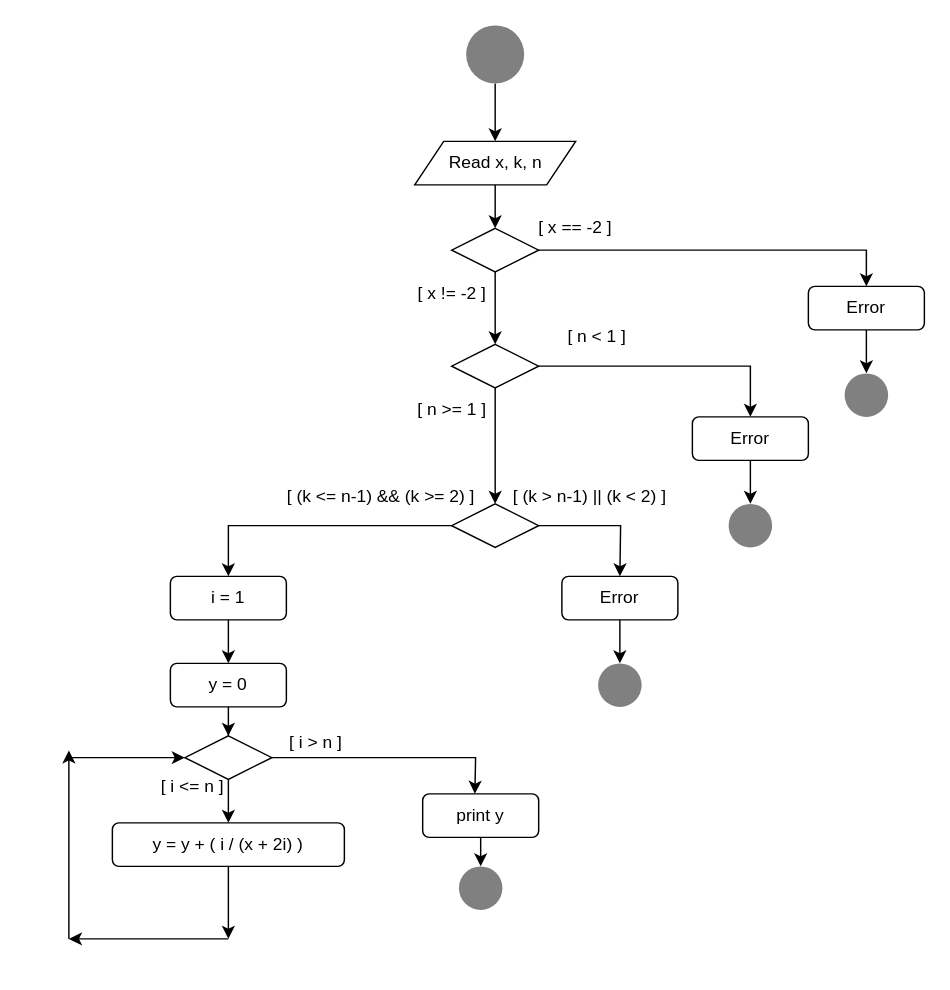
Before: ОП_Lab_1/ОП_Lab_1_2_diagram.drawio in Erw1n-git/drawio_flowcharts, a draw.io diagram. Source tidied: cells renumbered, new cells numbered last; positions are measured from the earlier drawing's top-left corner, leaving out a move shared by most shapes. Both pictures are drawn from the tidied source at 145%, with x=0, y=0 at pixel (68, 25).
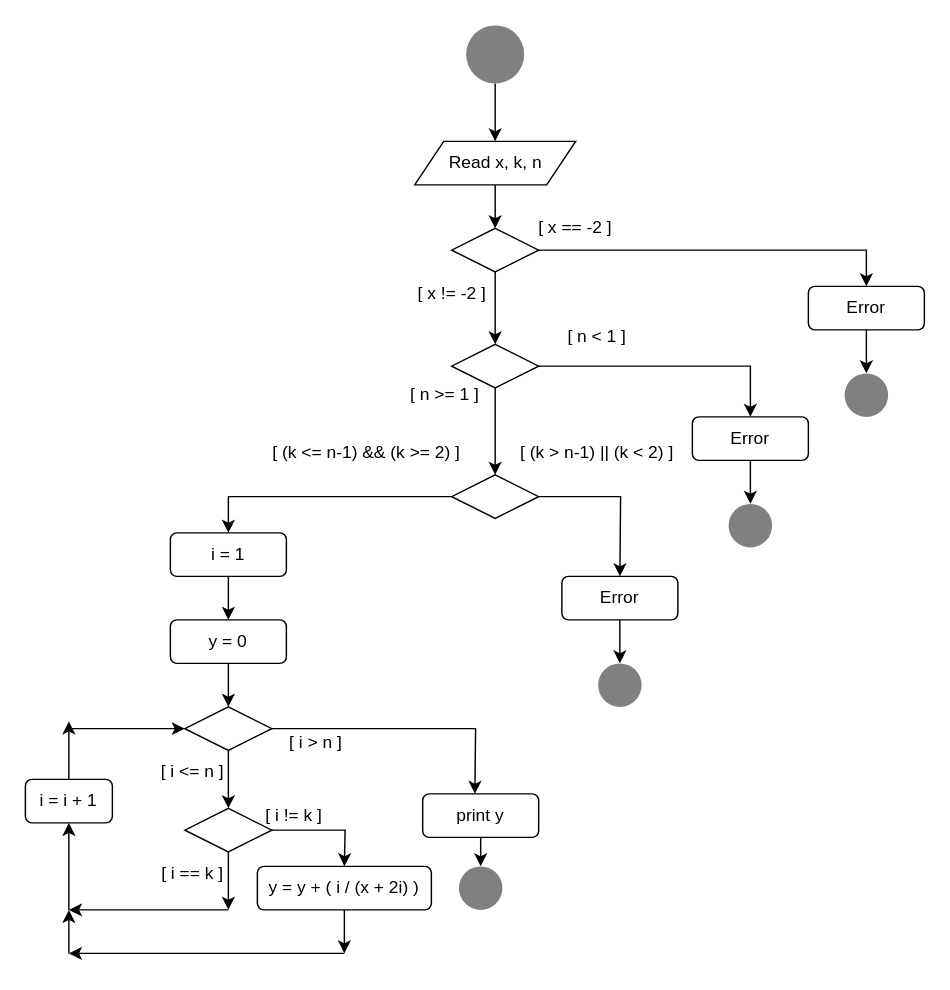
Above is the later version.

The edit, as a diff of the source:
```diff
@@
-    <mxCell id="21" style="edgeStyle=orthogonalEdgeStyle;rounded=0;jettySize=auto;html=1;" parent="1" edge="1" source="22">
-      <mxGeometry relative="1" as="geometry">
-        <mxPoint x="110" y="380" as="targetPoint" />
-        <Array as="points">
-          <mxPoint x="110" y="345" />
-          <mxPoint x="110" y="380" />
-        </Array>
-      </mxGeometry>
-    </mxCell>
+    <mxCell id="47" style="edgeStyle=orthogonalEdgeStyle;rounded=0;jettySize=auto;html=1;entryX=0.5;entryY=0;entryDx=0;entryDy=0;" parent="1" edge="1" source="22" target="33">
+      <mxGeometry relative="1" as="geometry" />
+    </mxCell>
     <mxCell id="22" style="rhombus;whiteSpace=wrap;html=1;fillColor=#FFFFFF;" parent="1" vertex="1">
-      <mxGeometry x="264" y="330" width="60" height="30" as="geometry" />
+      <mxGeometry x="264" y="310" width="60" height="30" as="geometry" />
     </mxCell>
     <mxCell id="23" value="[ n &amp;gt;= 1 ]" style="text;html=1;align=center;verticalAlign=middle;strokeColor=none;fillColor=none;" parent="1" vertex="1">
-      <mxGeometry x="229" y="250" width="70" height="30" as="geometry" />
+      <mxGeometry x="224" y="240" width="70" height="30" as="geometry" />
     </mxCell>
     <mxCell id="24" value="[ (k &amp;gt; n-1) || (k &amp;lt; 2) ]" style="text;html=1;align=center;verticalAlign=middle;strokeColor=none;fillColor=none;" parent="1" vertex="1">
-      <mxGeometry x="294" y="310" width="130" height="30" as="geometry" />
+      <mxGeometry x="299" y="280" width="130" height="30" as="geometry" />
     </mxCell>
@@
     <mxCell id="29" style="edgeStyle=orthogonalEdgeStyle;rounded=0;jettySize=auto;html=1;" parent="1" edge="1" source="30">
       <mxGeometry relative="1" as="geometry">
-        <mxPoint x="110" y="550" as="targetPoint" />
+        <mxPoint x="110" y="540" as="targetPoint" />
       </mxGeometry>
     </mxCell>
     <mxCell id="30" style="rhombus;whiteSpace=wrap;html=1;fillColor=#FFFFFF;" parent="1" vertex="1">
-      <mxGeometry x="80" y="490" width="60" height="30" as="geometry" />
+      <mxGeometry x="80" y="470" width="60" height="30" as="geometry" />
     </mxCell>
     <mxCell id="31" value="[ (k &amp;lt;= n-1) &amp;amp;&amp;amp; (k &amp;gt;= 2) ]" style="text;html=1;align=center;verticalAlign=middle;strokeColor=none;fillColor=none;" parent="1" vertex="1">
-      <mxGeometry x="140" y="310" width="150" height="30" as="geometry" />
+      <mxGeometry x="130" y="280" width="150" height="30" as="geometry" />
     </mxCell>
-    <mxCell id="32" style="edgeStyle=orthogonalEdgeStyle;rounded=0;jettySize=auto;html=1;" parent="1" edge="1" source="33">
-      <mxGeometry relative="1" as="geometry">
-        <mxPoint x="110" y="440" as="targetPoint" />
-      </mxGeometry>
-    </mxCell>
+    <mxCell id="48" style="edgeStyle=orthogonalEdgeStyle;rounded=0;jettySize=auto;html=1;entryX=0.5;entryY=0;entryDx=0;entryDy=0;" parent="1" edge="1" source="33" target="36">
+      <mxGeometry relative="1" as="geometry" />
+    </mxCell>
     <mxCell id="33" value="i = 1" style="rounded=1;whiteSpace=wrap;html=1;fillColor=#FFFFFF;" parent="1" vertex="1">
-      <mxGeometry x="70" y="380" width="80" height="30" as="geometry" />
+      <mxGeometry x="70" y="350" width="80" height="30" as="geometry" />
     </mxCell>
@@
-    <mxCell id="35" style="edgeStyle=orthogonalEdgeStyle;rounded=0;jettySize=auto;html=1;" parent="1" edge="1" source="36" target="30">
-      <mxGeometry relative="1" as="geometry" />
-    </mxCell>
+    <mxCell id="49" style="edgeStyle=orthogonalEdgeStyle;rounded=0;jettySize=auto;html=1;" parent="1" edge="1" source="36">
+      <mxGeometry relative="1" as="geometry">
+        <mxPoint x="110" y="470" as="targetPoint" />
+      </mxGeometry>
+    </mxCell>
     <mxCell id="36" value="y = 0" style="rounded=1;whiteSpace=wrap;html=1;fillColor=#FFFFFF;" parent="1" vertex="1">
-      <mxGeometry x="70" y="440" width="80" height="30" as="geometry" />
+      <mxGeometry x="70" y="410" width="80" height="30" as="geometry" />
     </mxCell>
@@
     <mxCell id="40" value="[ i &amp;lt;= n ]" style="text;html=1;align=center;verticalAlign=middle;strokeColor=none;fillColor=none;" parent="1" vertex="1">
-      <mxGeometry x="50" y="510" width="70" height="30" as="geometry" />
+      <mxGeometry x="50" y="500" width="70" height="30" as="geometry" />
     </mxCell>
-    <mxCell id="41" style="edgeStyle=orthogonalEdgeStyle;rounded=0;jettySize=auto;html=1;" parent="1" edge="1" source="42">
-      <mxGeometry relative="1" as="geometry">
-        <mxPoint x="110" y="630" as="targetPoint" />
-      </mxGeometry>
-    </mxCell>
+    <mxCell id="50" style="edgeStyle=orthogonalEdgeStyle;rounded=0;jettySize=auto;html=1;" parent="1" edge="1" source="42">
+      <mxGeometry relative="1" as="geometry">
+        <mxPoint x="190" y="640" as="targetPoint" />
+      </mxGeometry>
+    </mxCell>
     <mxCell id="42" value="y = y + ( i / (x + 2i) )" style="rounded=1;whiteSpace=wrap;html=1;fillColor=#FFFFFF;" parent="1" vertex="1">
-      <mxGeometry x="30" y="550" width="160" height="30" as="geometry" />
+      <mxGeometry x="130" y="580" width="120" height="30" as="geometry" />
     </mxCell>
-    <mxCell id="43" style="endArrow=classic;html=1;rounded=0;" parent="1" edge="1">
-      <mxGeometry relative="1" as="geometry">
-        <mxPoint x="110" y="630" as="sourcePoint" />
-        <mxPoint y="630" as="targetPoint" />
-      </mxGeometry>
-    </mxCell>
-    <mxCell id="44" style="endArrow=classic;html=1;rounded=0;" parent="1" edge="1">
-      <mxGeometry relative="1" as="geometry">
-        <mxPoint y="630" as="sourcePoint" />
-        <mxPoint y="500" as="targetPoint" />
-      </mxGeometry>
-    </mxCell>
     <mxCell id="45" style="endArrow=classic;html=1;rounded=0;entryX=0;entryY=0.5;entryDx=0;entryDy=0;" parent="1" edge="1" target="30">
       <mxGeometry relative="1" as="geometry">
-        <mxPoint y="505" as="sourcePoint" />
+        <mxPoint y="485" as="sourcePoint" />
       </mxGeometry>
     </mxCell>
@@
+    <mxCell id="51" style="edgeStyle=orthogonalEdgeStyle;rounded=0;jettySize=auto;html=1;" parent="1" edge="1" source="52">
+      <mxGeometry relative="1" as="geometry">
+        <mxPoint y="480" as="targetPoint" />
+      </mxGeometry>
+    </mxCell>
+    <mxCell id="52" value="i = i + 1" style="rounded=1;whiteSpace=wrap;html=1;fillColor=#FFFFFF;" parent="1" vertex="1">
+      <mxGeometry x="-30" y="520" width="60" height="30" as="geometry" />
+    </mxCell>
+    <mxCell id="53" style="edgeStyle=orthogonalEdgeStyle;rounded=0;jettySize=auto;html=1;" parent="1" edge="1" source="55">
+      <mxGeometry relative="1" as="geometry">
+        <mxPoint x="110" y="610" as="targetPoint" />
+      </mxGeometry>
+    </mxCell>
+    <mxCell id="54" style="edgeStyle=orthogonalEdgeStyle;rounded=0;jettySize=auto;html=1;" parent="1" edge="1" source="55">
+      <mxGeometry relative="1" as="geometry">
+        <mxPoint x="190" y="580" as="targetPoint" />
+      </mxGeometry>
+    </mxCell>
+    <mxCell id="55" style="rhombus;whiteSpace=wrap;html=1;fillColor=#FFFFFF;" parent="1" vertex="1">
+      <mxGeometry x="80" y="540" width="60" height="30" as="geometry" />
+    </mxCell>
+    <mxCell id="56" value="[ i == k ]" style="text;html=1;align=center;verticalAlign=middle;strokeColor=none;fillColor=none;" parent="1" vertex="1">
+      <mxGeometry x="50" y="570" width="70" height="30" as="geometry" />
+    </mxCell>
+    <mxCell id="57" style="endArrow=classic;html=1;rounded=0;" parent="1" edge="1">
+      <mxGeometry relative="1" as="geometry">
+        <mxPoint x="110" y="610" as="sourcePoint" />
+        <mxPoint y="610" as="targetPoint" />
+      </mxGeometry>
+    </mxCell>
+    <mxCell id="58" style="endArrow=classic;html=1;rounded=0;entryX=0.5;entryY=1;entryDx=0;entryDy=0;" parent="1" edge="1" target="52">
+      <mxGeometry relative="1" as="geometry">
+        <mxPoint y="610" as="sourcePoint" />
+      </mxGeometry>
+    </mxCell>
+    <mxCell id="59" value="[ i != k ]" style="text;html=1;align=center;verticalAlign=middle;strokeColor=none;fillColor=none;" parent="1" vertex="1">
+      <mxGeometry x="125" y="530" width="60" height="30" as="geometry" />
+    </mxCell>
+    <mxCell id="60" style="endArrow=classic;html=1;rounded=0;" parent="1" edge="1">
+      <mxGeometry relative="1" as="geometry">
+        <mxPoint x="190" y="640" as="sourcePoint" />
+        <mxPoint y="640" as="targetPoint" />
+      </mxGeometry>
+    </mxCell>
+    <mxCell id="61" style="endArrow=classic;html=1;rounded=0;" parent="1" edge="1">
+      <mxGeometry relative="1" as="geometry">
+        <mxPoint y="640" as="sourcePoint" />
+        <mxPoint y="610" as="targetPoint" />
+      </mxGeometry>
+    </mxCell>
```
